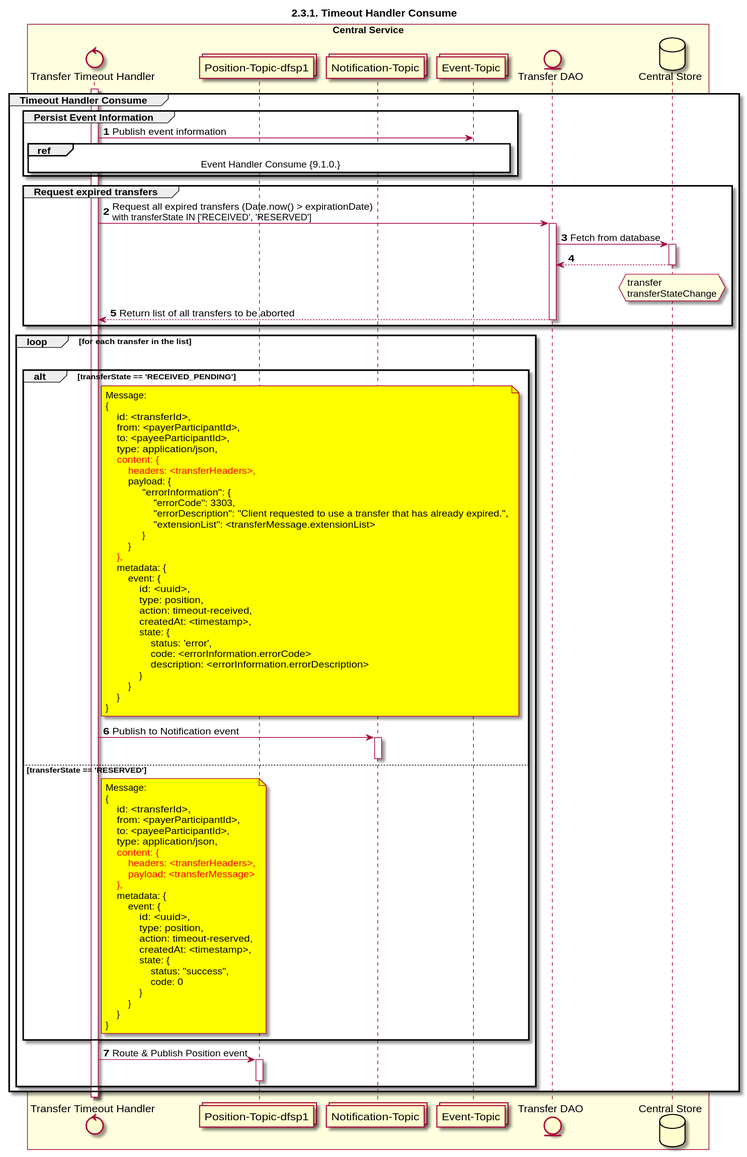
Before: CentralServices/seq_diagrams/seq-timeout-2.3.1.svg, a diagram exported from PlantUML (NicoDuvenage/docs-1). Source of this version:
```plantuml
@startuml
title 2.3.1. Timeout Handler Consume

autonumber


control "Transfer Timeout Handler" as EXP_HANDLER
collections "Position-Topic-dfsp1" as TOPIC_POSITION_DFSP1
collections "Notification-Topic" as TOPIC_NOTIFICATIONS
collections "Event-Topic" as TOPIC_EVENT
entity "Transfer DAO" as TRANS_DAO
database "Central Store" as DB

box "Central Service" #LightYellow
    participant EXP_HANDLER
    participant TOPIC_POSITION_DFSP1
    participant TOPIC_NOTIFICATIONS
    participant TOPIC_EVENT
    participant TRANS_DAO
    participant DB
end box

activate EXP_HANDLER
group Timeout Handler Consume
    group Persist Event Information
        EXP_HANDLER -> TOPIC_EVENT: Publish event information
        ref over EXP_HANDLER, TOPIC_EVENT :  Event Handler Consume {9.1.0.}
    end

    group Request expired transfers
        EXP_HANDLER -> TRANS_DAO: Request all expired transfers (Date.now() > expirationDate) \nwith transferState IN ['RECEIVED', 'RESERVED']
        activate TRANS_DAO
        TRANS_DAO -> DB: Fetch from database
        activate DB
        DB --> TRANS_DAO
        deactivate DB
        hnote over DB #lightyellow
            transfer
            transferStateChange
        end note
        EXP_HANDLER <-- TRANS_DAO: Return list of all transfers to be aborted
        deactivate TRANS_DAO
    end

    loop for each transfer in the list
        |||
        alt transferState == 'RECEIVED_PENDING'
            note right of EXP_HANDLER #yellow
                Message:
                {
                    id: <transferId>,
                    from: <payerParticipantId>,
                    to: <payeeParticipantId>,
                    type: application/json,
                    <color #FF0000>content: {</color>
                        <color #FF0000>headers: <transferHeaders>,</color>
                        payload: {
                             "errorInformation": {
                                 "errorCode": 3303,
                                 "errorDescription": "Client requested to use a transfer that has already expired.",
                                 "extensionList": <transferMessage.extensionList>
                             }
                        }
                    <color #FF0000>},</color>
                    metadata: {
                        event: {
                            id: <uuid>,
                            type: position,
                            action: timeout-received,
                            createdAt: <timestamp>,
                            state: {
                                status: 'error',
                                code: <errorInformation.errorCode>
                                description: <errorInformation.errorDescription>
                            }
                        }
                    }
                }
            end note
            EXP_HANDLER -> TOPIC_NOTIFICATIONS: Publish to Notification event
            activate TOPIC_NOTIFICATIONS
            deactivate TOPIC_NOTIFICATIONS
        else transferState == 'RESERVED'
            note right of EXP_HANDLER #yellow
                Message:
                {
                    id: <transferId>,
                    from: <payerParticipantId>,
                    to: <payeeParticipantId>,
                    type: application/json,
                    <color #FF0000>content: {</color>
                        <color #FF0000>headers: <transferHeaders>,</color>
                        <color #FF0000>payload: <transferMessage></color>
                    <color #FF0000>},</color>
                    metadata: {
                        event: {
                            id: <uuid>,
                            type: position,
                            action: timeout-reserved,
                            createdAt: <timestamp>,
                            state: {
                                status: "success",
                                code: 0
                            }
                        }
                    }
                }
            end note
        end
        EXP_HANDLER -> TOPIC_POSITION_DFSP1: Route & Publish Position event
        activate TOPIC_POSITION_DFSP1
        deactivate TOPIC_POSITION_DFSP1
    end
end
@enduml
```
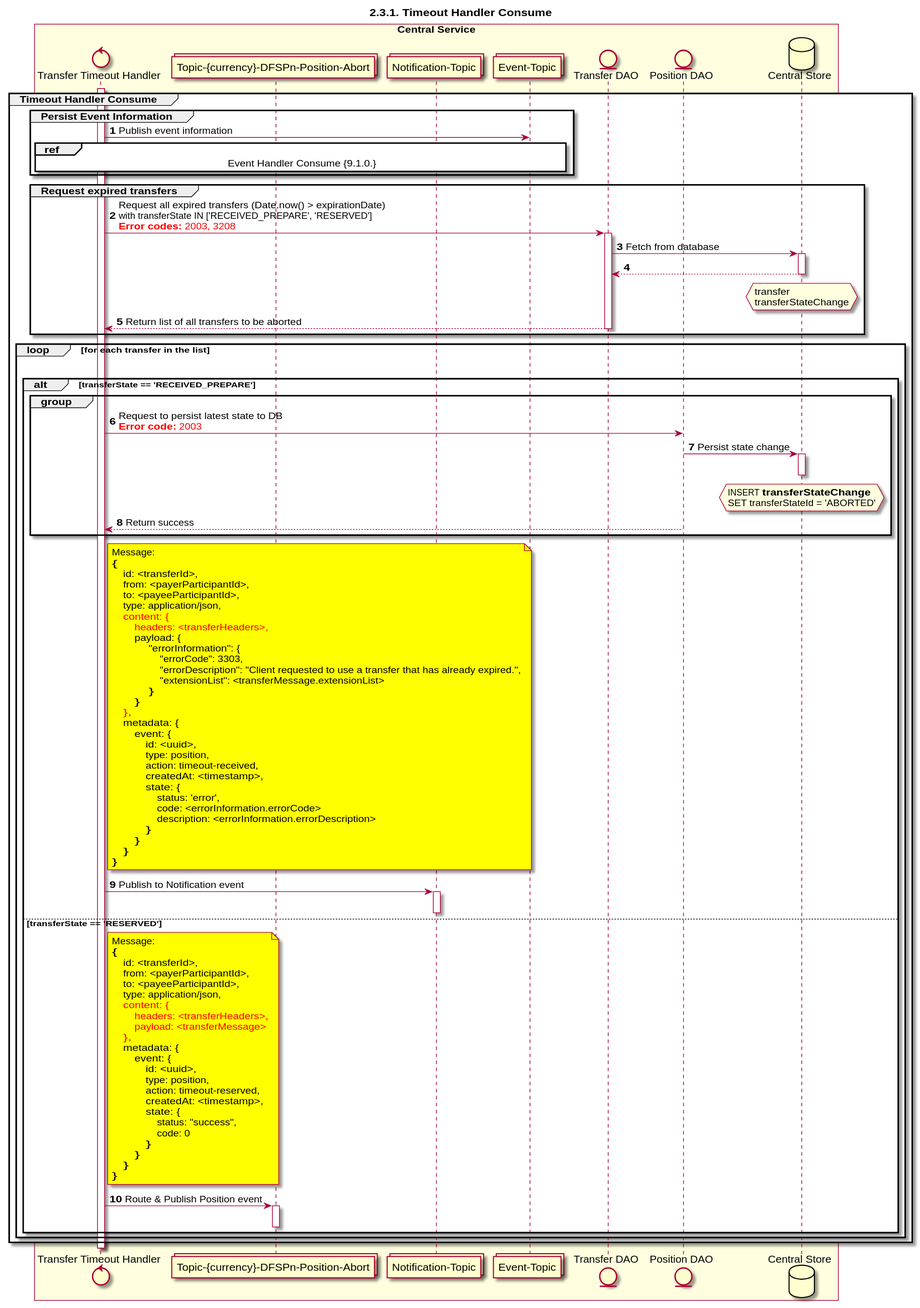
After the commit.

Commit message:
Updated SVG diagrams to reflect new PlantUML Sequence Diagram code - for 2.3.0 and 2.3.1

Change to the diagram source:
```diff
@@ -5,18 +5,20 @@
 
 
 control "Transfer Timeout Handler" as EXP_HANDLER
-collections "Position-Topic-dfsp1" as TOPIC_POSITION_DFSP1
+collections "Topic-{currency}-DFSPn-Position-Abort" as TOPIC_POSITION_DFSP
 collections "Notification-Topic" as TOPIC_NOTIFICATIONS
 collections "Event-Topic" as TOPIC_EVENT
 entity "Transfer DAO" as TRANS_DAO
+entity "Position DAO" as POS_DAO
 database "Central Store" as DB
 
 box "Central Service" #LightYellow
     participant EXP_HANDLER
-    participant TOPIC_POSITION_DFSP1
+    participant TOPIC_POSITION_DFSP
     participant TOPIC_NOTIFICATIONS
     participant TOPIC_EVENT
     participant TRANS_DAO
+    participant POS_DAO
     participant DB
 end box
 
@@ -28,7 +30,7 @@
     end
 
     group Request expired transfers
-        EXP_HANDLER -> TRANS_DAO: Request all expired transfers (Date.now() > expirationDate) \nwith transferState IN ['RECEIVED', 'RESERVED']
+        EXP_HANDLER -> TRANS_DAO: Request all expired transfers (Date.now() > expirationDate) \nwith transferState IN ['RECEIVED_PREPARE', 'RESERVED']\n<color #FF0000><b>Error codes:</b> 2003, 3208</color>
         activate TRANS_DAO
         TRANS_DAO -> DB: Fetch from database
         activate DB
@@ -44,7 +46,18 @@
 
     loop for each transfer in the list
         |||
-        alt transferState == 'RECEIVED_PENDING'
+        alt transferState == 'RECEIVED_PREPARE'
+            group
+                EXP_HANDLER -> POS_DAO: Request to persist latest state to DB\n<color #FF0000><b>Error code:</b> 2003</color>
+                POS_DAO -> DB: Persist state change
+                hnote over DB #lightyellow
+                        INSERT **transferStateChange**
+                        SET transferStateId = 'ABORTED'
+                end note
+                activate DB
+                deactivate DB
+                POS_DAO --> EXP_HANDLER: Return success
+            end
             note right of EXP_HANDLER #yellow
                 Message:
                 {
@@ -106,10 +119,11 @@
                     }
                 }
             end note
+            EXP_HANDLER -> TOPIC_POSITION_DFSP: Route & Publish Position event
+            activate TOPIC_POSITION_DFSP
+            deactivate TOPIC_POSITION_DFSP
         end
-        EXP_HANDLER -> TOPIC_POSITION_DFSP1: Route & Publish Position event
-        activate TOPIC_POSITION_DFSP1
-        deactivate TOPIC_POSITION_DFSP1
+
     end
 end
 @enduml
```
